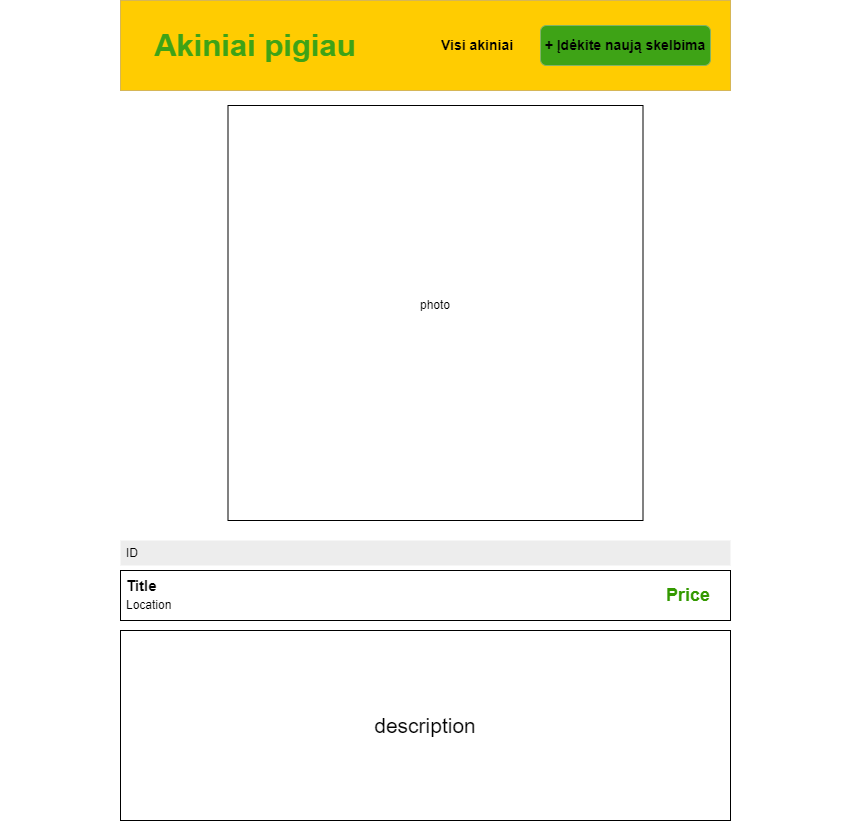
Before: wireframes/card-wireframe.png, a diagram exported from draw.io (pikolas666/type17-javascript-final-work). Source tidied: cells renumbered, new cells last; positions are measured from the earlier drawing's top-left corner, leaving out a move shared by most shapes. The source it was exported from:
```xml
<mxGraphModel>
  <root>
    <mxCell id="0" />
    <mxCell id="1" parent="0" />
    <mxCell id="2" style="rounded=0;whiteSpace=wrap;html=1;fillColor=#fff2cc;strokeColor=#d6b656;" parent="1" vertex="1">
      <mxGeometry x="120" y="30" width="600" height="90" as="geometry" />
    </mxCell>
    <mxCell id="3" value="Akiniai pigiau" style="text;strokeColor=none;fillColor=none;align=center;verticalAlign=middle;spacingLeft=4;spacingRight=4;overflow=hidden;whiteSpace=wrap;html=1;horizontal=1;fontSize=31;fontStyle=1;fontColor=#3ea316;" parent="1" vertex="1">
      <mxGeometry x="130" y="45" width="230" height="60" as="geometry" />
    </mxCell>
    <mxCell id="4" style="rounded=0;whiteSpace=wrap;html=1;" parent="1" vertex="1">
      <mxGeometry x="120" y="120" width="600" height="590" as="geometry" />
    </mxCell>
    <mxCell id="5" value="&lt;b&gt;Visi akiniai&lt;/b&gt;" style="text;strokeColor=none;fillColor=none;align=left;verticalAlign=middle;spacingLeft=4;spacingRight=4;overflow=hidden;whiteSpace=wrap;html=1;fontSize=14;" parent="1" vertex="1">
      <mxGeometry x="425" y="60" width="90" height="30" as="geometry" />
    </mxCell>
    <mxCell id="6" value="&lt;font style=&quot;font-size: 14px;&quot;&gt;&lt;b&gt;+ Įdėkite naują skelbima&lt;/b&gt;&lt;/font&gt;" style="rounded=1;whiteSpace=wrap;html=1;fillColor=#3ea316;strokeColor=#82b366;" parent="1" vertex="1">
      <mxGeometry x="530" y="55" width="170" height="40" as="geometry" />
    </mxCell>
    <mxCell id="7" style="rounded=0;whiteSpace=wrap;html=1;labelBackgroundColor=#e6e6e6;dashed=1;dashPattern=1 4;strokeColor=none;" parent="1" vertex="1">
      <mxGeometry y="5" width="850" height="830" as="geometry" />
    </mxCell>
    <mxCell id="8" style="rounded=0;whiteSpace=wrap;html=1;fillColor=#FFCC01;strokeColor=#d6b656;" parent="1" vertex="1">
      <mxGeometry x="120" width="610" height="90" as="geometry" />
    </mxCell>
    <mxCell id="9" value="Akiniai pigiau" style="text;strokeColor=none;fillColor=none;align=center;verticalAlign=middle;spacingLeft=4;spacingRight=4;overflow=hidden;whiteSpace=wrap;html=1;horizontal=1;fontSize=31;fontStyle=1;fontColor=#3ea316;" parent="1" vertex="1">
      <mxGeometry x="140" y="15" width="230" height="60" as="geometry" />
    </mxCell>
    <mxCell id="10" value="&lt;b&gt;Visi akiniai&lt;/b&gt;" style="text;strokeColor=none;fillColor=none;align=left;verticalAlign=middle;spacingLeft=4;spacingRight=4;overflow=hidden;whiteSpace=wrap;html=1;fontSize=14;" parent="1" vertex="1">
      <mxGeometry x="435" y="30" width="90" height="30" as="geometry" />
    </mxCell>
    <mxCell id="11" value="&lt;font style=&quot;font-size: 14px;&quot;&gt;&lt;b&gt;+ Įdėkite naują skelbima&lt;/b&gt;&lt;/font&gt;" style="rounded=1;whiteSpace=wrap;html=1;fillColor=#3ea316;strokeColor=#82b366;" parent="1" vertex="1">
      <mxGeometry x="540" y="25" width="170" height="40" as="geometry" />
    </mxCell>
    <mxCell id="12" style="whiteSpace=wrap;html=1;" parent="1" vertex="1">
      <mxGeometry x="227.5" y="105" width="415" height="415" as="geometry" />
    </mxCell>
    <mxCell id="13" value="photo" style="text;strokeColor=none;fillColor=none;align=center;verticalAlign=middle;spacingLeft=4;spacingRight=4;overflow=hidden;whiteSpace=wrap;html=1;" parent="1" vertex="1">
      <mxGeometry x="395" y="290" width="80" height="30" as="geometry" />
    </mxCell>
    <mxCell id="14" style="rounded=0;whiteSpace=wrap;html=1;fontColor=none;noLabel=1;labelBackgroundColor=#DEDEDE;fillColor=#EDEDED;strokeColor=none;" parent="1" vertex="1">
      <mxGeometry x="120" y="540" width="610" height="25" as="geometry" />
    </mxCell>
    <mxCell id="15" value="ID" style="text;strokeColor=none;fillColor=none;align=left;verticalAlign=middle;spacingLeft=4;spacingRight=4;overflow=hidden;whiteSpace=wrap;html=1;" parent="1" vertex="1">
      <mxGeometry x="120" y="537.5" width="80" height="30" as="geometry" />
    </mxCell>
    <mxCell id="16" value="&lt;font style=&quot;font-size: 21px;&quot;&gt;description&lt;/font&gt;" style="rounded=0;whiteSpace=wrap;html=1;" parent="1" vertex="1">
      <mxGeometry x="120" y="630" width="610" height="190" as="geometry" />
    </mxCell>
    <mxCell id="17" style="rounded=0;whiteSpace=wrap;html=1;" parent="1" vertex="1">
      <mxGeometry x="120" y="570" width="610" height="50" as="geometry" />
    </mxCell>
    <mxCell id="18" value="Title" style="text;strokeColor=none;fillColor=none;align=left;verticalAlign=middle;spacingLeft=4;spacingRight=4;overflow=hidden;whiteSpace=wrap;html=1;fontSize=15;fontStyle=1;" parent="1" vertex="1">
      <mxGeometry x="120" y="570" width="80" height="30" as="geometry" />
    </mxCell>
    <mxCell id="19" value="Location&lt;br&gt;" style="text;strokeColor=none;fillColor=none;align=left;verticalAlign=middle;spacingLeft=4;spacingRight=4;overflow=hidden;whiteSpace=wrap;html=1;" parent="1" vertex="1">
      <mxGeometry x="120" y="590" width="80" height="30" as="geometry" />
    </mxCell>
    <mxCell id="20" value="Price" style="text;strokeColor=none;fillColor=none;align=left;verticalAlign=middle;spacingLeft=4;spacingRight=4;overflow=hidden;whiteSpace=wrap;html=1;fontSize=18;fontStyle=1;fontColor=#339900;" parent="1" vertex="1">
      <mxGeometry x="660" y="580" width="80" height="30" as="geometry" />
    </mxCell>
  </root>
</mxGraphModel>
```
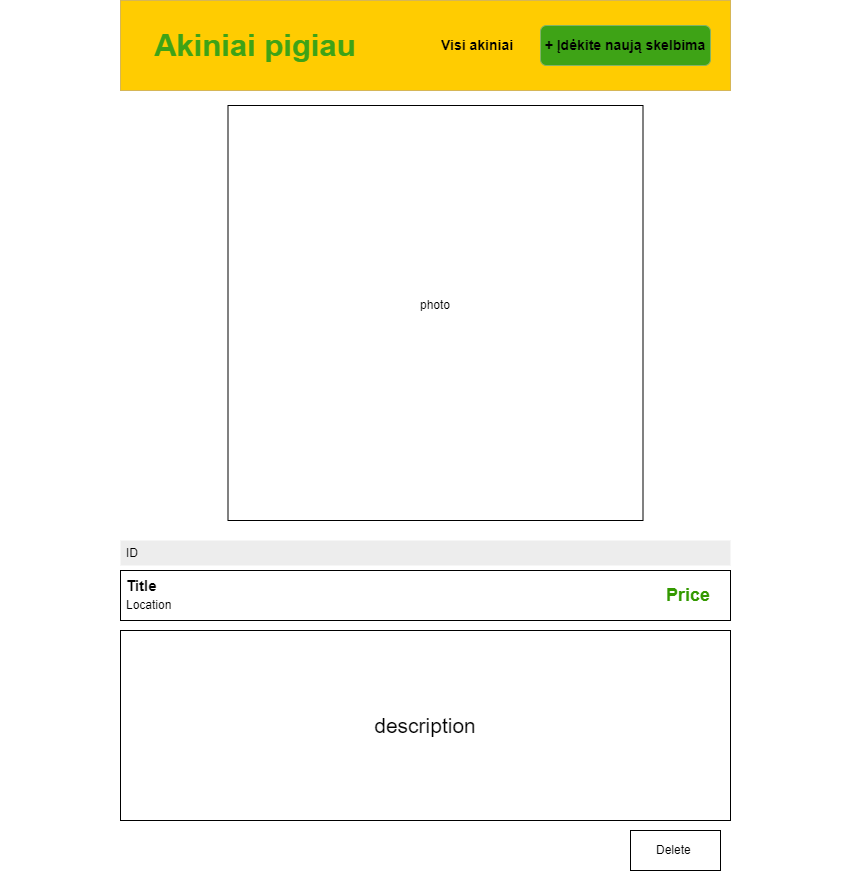
After the change.

What changed in the source:
```diff
@@ -59,5 +59,11 @@
     <mxCell id="20" value="Price" style="text;strokeColor=none;fillColor=none;align=left;verticalAlign=middle;spacingLeft=4;spacingRight=4;overflow=hidden;whiteSpace=wrap;html=1;fontSize=18;fontStyle=1;fontColor=#339900;" parent="1" vertex="1">
       <mxGeometry x="660" y="580" width="80" height="30" as="geometry" />
     </mxCell>
+    <mxCell id="21" style="rounded=0;whiteSpace=wrap;html=1;" parent="1" vertex="1">
+      <mxGeometry x="630" y="830" width="90" height="40" as="geometry" />
+    </mxCell>
+    <mxCell id="22" value="Delete" style="text;strokeColor=none;fillColor=none;align=left;verticalAlign=middle;spacingLeft=4;spacingRight=4;overflow=hidden;whiteSpace=wrap;html=1;" parent="1" vertex="1">
+      <mxGeometry x="650" y="835" width="80" height="30" as="geometry" />
+    </mxCell>
   </root>
 </mxGraphModel>
```
